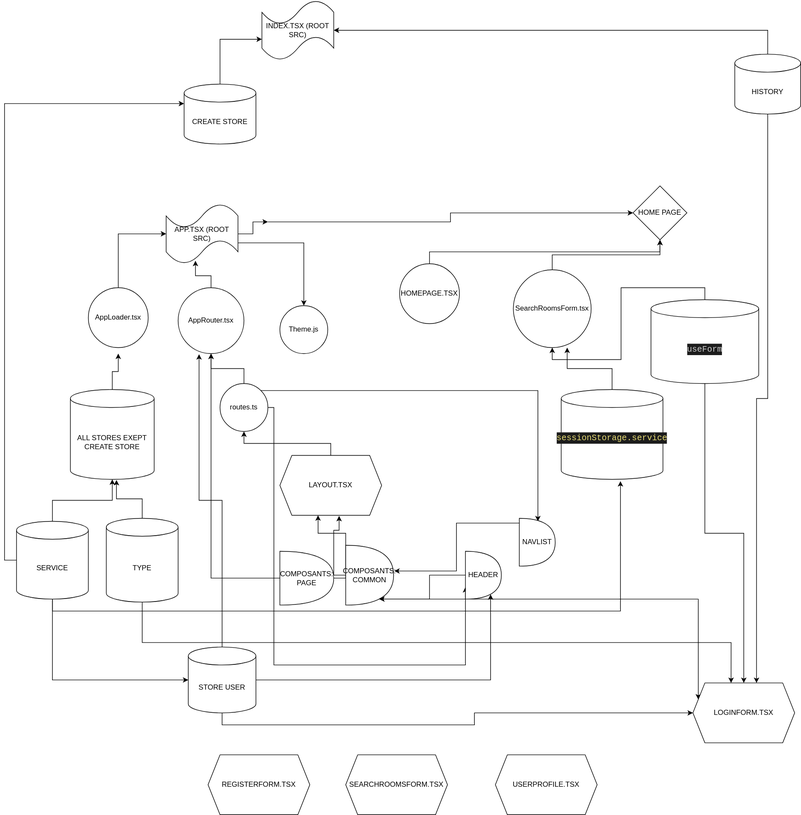
This is HOME PAGE FLOW.drawio.svg from sourisooo/BOOKING-PROJET-2, a draw.io export, as it was before one commit. Source tidied: cells renumbered, new cells last; positions are measured from the earlier drawing's top-left corner, leaving out a move shared by most shapes.
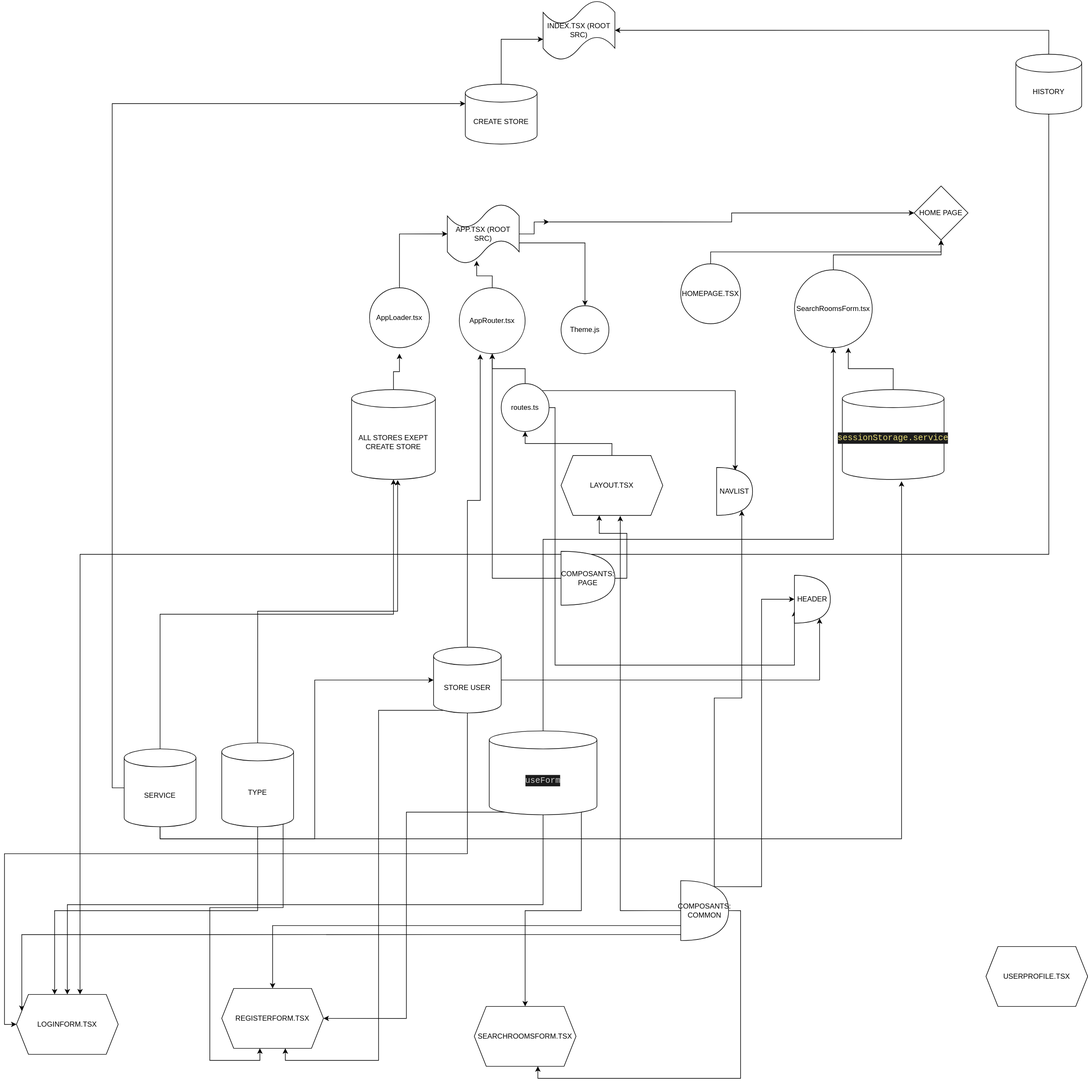
The same diagram one commit later.

Commit message:
Mettre à jour HOME PAGE FLOW.drawio.svg

What changed in the source:
```diff
@@ -23,8 +23,14 @@
     <mxCell id="8" style="edgeStyle=orthogonalEdgeStyle;rounded=0;jettySize=auto;html=1;exitX=0.5;exitY=1;exitDx=0;exitDy=0;exitPerimeter=0;entryX=0.5;entryY=0;entryDx=0;entryDy=0;" parent="1" edge="1" source="9" target="58">
       <mxGeometry relative="1" as="geometry" />
     </mxCell>
+    <mxCell id="62" style="edgeStyle=orthogonalEdgeStyle;rounded=0;jettySize=auto;html=1;exitX=0.145;exitY=1;exitDx=0;exitDy=-4.35;exitPerimeter=0;entryX=1;entryY=0.5;entryDx=0;entryDy=0;" parent="1" edge="1" source="9" target="59">
+      <mxGeometry relative="1" as="geometry" />
+    </mxCell>
+    <mxCell id="63" style="edgeStyle=orthogonalEdgeStyle;rounded=0;jettySize=auto;html=1;exitX=0.855;exitY=1;exitDx=0;exitDy=-4.35;exitPerimeter=0;" parent="1" edge="1" source="9" target="60">
+      <mxGeometry relative="1" as="geometry" />
+    </mxCell>
     <mxCell id="9" value="&lt;div style=&quot;color: rgb(204, 204, 204); background-color: rgb(28, 28, 28); font-family: Consolas, &amp;quot;Courier New&amp;quot;, monospace; font-size: 14px; line-height: 19px;&quot;&gt;useForm&lt;/div&gt;" style="shape=cylinder3;whiteSpace=wrap;html=1;boundedLbl=1;backgroundOutline=1;size=15;" parent="1" vertex="1">
-      <mxGeometry x="1060" y="500" width="180" height="140" as="geometry" />
+      <mxGeometry x="320" y="1220" width="180" height="140" as="geometry" />
     </mxCell>
     <mxCell id="10" style="edgeStyle=orthogonalEdgeStyle;rounded=0;jettySize=auto;html=1;exitX=0.5;exitY=0;exitDx=0;exitDy=0;exitPerimeter=0;entryX=0.692;entryY=1;entryDx=0;entryDy=0;entryPerimeter=0;" parent="1" edge="1" source="11" target="6">
       <mxGeometry relative="1" as="geometry" />
@@ -122,7 +128,7 @@
       <mxGeometry relative="1" as="geometry" />
     </mxCell>
     <mxCell id="38" value="SERVICE" style="shape=cylinder3;whiteSpace=wrap;html=1;boundedLbl=1;backgroundOutline=1;size=15;" parent="1" vertex="1">
-      <mxGeometry y="870" width="120" height="130" as="geometry" />
+      <mxGeometry x="-290" y="1250" width="120" height="130" as="geometry" />
     </mxCell>
     <mxCell id="39" style="edgeStyle=orthogonalEdgeStyle;rounded=0;jettySize=auto;html=1;exitX=0.5;exitY=0;exitDx=0;exitDy=0;exitPerimeter=0;entryX=0.55;entryY=1.007;entryDx=0;entryDy=0;entryPerimeter=0;" parent="1" edge="1" source="41" target="21">
       <mxGeometry relative="1" as="geometry" />
@@ -130,8 +136,11 @@
     <mxCell id="40" style="edgeStyle=orthogonalEdgeStyle;rounded=0;jettySize=auto;html=1;exitX=0.5;exitY=1;exitDx=0;exitDy=0;exitPerimeter=0;entryX=0.375;entryY=0;entryDx=0;entryDy=0;" parent="1" edge="1" source="41" target="58">
       <mxGeometry relative="1" as="geometry" />
     </mxCell>
+    <mxCell id="64" style="edgeStyle=orthogonalEdgeStyle;rounded=0;jettySize=auto;html=1;exitX=0.855;exitY=1;exitDx=0;exitDy=-4.35;exitPerimeter=0;entryX=0.375;entryY=1;entryDx=0;entryDy=0;" parent="1" edge="1" source="41" target="59">
+      <mxGeometry relative="1" as="geometry" />
+    </mxCell>
     <mxCell id="41" value="TYPE" style="shape=cylinder3;whiteSpace=wrap;html=1;boundedLbl=1;backgroundOutline=1;size=15;" parent="1" vertex="1">
-      <mxGeometry x="150" y="865" width="120" height="140" as="geometry" />
+      <mxGeometry x="-127" y="1240" width="120" height="140" as="geometry" />
     </mxCell>
     <mxCell id="42" style="edgeStyle=orthogonalEdgeStyle;rounded=0;jettySize=auto;html=1;exitX=0.5;exitY=0;exitDx=0;exitDy=0;entryX=0.5;entryY=1;entryDx=0;entryDy=0;" parent="1" edge="1" source="43" target="25">
       <mxGeometry relative="1" as="geometry" />
@@ -154,8 +163,20 @@
     <mxCell id="48" style="edgeStyle=orthogonalEdgeStyle;rounded=0;jettySize=auto;html=1;exitX=0.7;exitY=0.9;exitDx=0;exitDy=0;exitPerimeter=0;entryX=0;entryY=0.25;entryDx=0;entryDy=0;" parent="1" edge="1" source="49" target="58">
       <mxGeometry relative="1" as="geometry" />
     </mxCell>
+    <mxCell id="65" style="edgeStyle=orthogonalEdgeStyle;rounded=0;jettySize=auto;html=1;exitX=0;exitY=0.75;exitDx=0;exitDy=0;exitPerimeter=0;" parent="1" edge="1" source="49" target="59">
+      <mxGeometry relative="1" as="geometry" />
+    </mxCell>
+    <mxCell id="66" style="edgeStyle=orthogonalEdgeStyle;rounded=0;jettySize=auto;html=1;exitX=1;exitY=0.5;exitDx=0;exitDy=0;exitPerimeter=0;entryX=0.625;entryY=1;entryDx=0;entryDy=0;" parent="1" edge="1" source="49" target="60">
+      <mxGeometry relative="1" as="geometry" />
+    </mxCell>
+    <mxCell id="67" style="edgeStyle=orthogonalEdgeStyle;rounded=0;jettySize=auto;html=1;exitX=0.7;exitY=0.1;exitDx=0;exitDy=0;exitPerimeter=0;entryX=0;entryY=0.5;entryDx=0;entryDy=0;entryPerimeter=0;" parent="1" edge="1" source="49" target="55">
+      <mxGeometry relative="1" as="geometry" />
+    </mxCell>
+    <mxCell id="68" style="edgeStyle=orthogonalEdgeStyle;rounded=0;jettySize=auto;html=1;exitX=0.7;exitY=0.1;exitDx=0;exitDy=0;exitPerimeter=0;entryX=0.7;entryY=0.9;entryDx=0;entryDy=0;entryPerimeter=0;" parent="1" edge="1" source="49" target="57">
+      <mxGeometry relative="1" as="geometry" />
+    </mxCell>
     <mxCell id="49" value="COMPOSANTS:&lt;br&gt;COMMON" style="shape=or;whiteSpace=wrap;html=1;" parent="1" vertex="1">
-      <mxGeometry x="550" y="910" width="80" height="100" as="geometry" />
+      <mxGeometry x="640" y="1470" width="80" height="100" as="geometry" />
     </mxCell>
     <mxCell id="50" style="edgeStyle=orthogonalEdgeStyle;rounded=0;jettySize=auto;html=1;exitX=0.5;exitY=0;exitDx=0;exitDy=0;exitPerimeter=0;entryX=0.318;entryY=1.009;entryDx=0;entryDy=0;entryPerimeter=0;" parent="1" edge="1" source="53" target="19">
       <mxGeometry relative="1" as="geometry" />
@@ -166,32 +187,29 @@
     <mxCell id="52" style="edgeStyle=orthogonalEdgeStyle;rounded=0;jettySize=auto;html=1;exitX=0.5;exitY=1;exitDx=0;exitDy=0;exitPerimeter=0;entryX=0;entryY=0.5;entryDx=0;entryDy=0;" parent="1" edge="1" source="53" target="58">
       <mxGeometry relative="1" as="geometry" />
     </mxCell>
+    <mxCell id="69" style="edgeStyle=orthogonalEdgeStyle;rounded=0;jettySize=auto;html=1;exitX=0.145;exitY=1;exitDx=0;exitDy=-4.35;exitPerimeter=0;entryX=0.625;entryY=1;entryDx=0;entryDy=0;" parent="1" edge="1" source="53" target="59">
+      <mxGeometry relative="1" as="geometry" />
+    </mxCell>
     <mxCell id="53" value="STORE USER" style="shape=cylinder3;whiteSpace=wrap;html=1;boundedLbl=1;backgroundOutline=1;size=15;" parent="1" vertex="1">
-      <mxGeometry x="287" y="1080" width="113" height="110" as="geometry" />
+      <mxGeometry x="227" y="1080" width="113" height="110" as="geometry" />
     </mxCell>
-    <mxCell id="54" style="edgeStyle=orthogonalEdgeStyle;rounded=0;jettySize=auto;html=1;exitX=0;exitY=0.5;exitDx=0;exitDy=0;exitPerimeter=0;entryX=0.7;entryY=0.9;entryDx=0;entryDy=0;entryPerimeter=0;" parent="1" edge="1" source="55" target="49">
-      <mxGeometry relative="1" as="geometry" />
-    </mxCell>
     <mxCell id="55" value="HEADER" style="shape=or;whiteSpace=wrap;html=1;" parent="1" vertex="1">
-      <mxGeometry x="750" y="920" width="60" height="80" as="geometry" />
+      <mxGeometry x="830" y="960" width="60" height="80" as="geometry" />
     </mxCell>
-    <mxCell id="56" style="edgeStyle=orthogonalEdgeStyle;rounded=0;jettySize=auto;html=1;exitX=0.7;exitY=0.1;exitDx=0;exitDy=0;exitPerimeter=0;entryX=1.013;entryY=0.43;entryDx=0;entryDy=0;entryPerimeter=0;" parent="1" edge="1" source="57" target="49">
-      <mxGeometry relative="1" as="geometry" />
-    </mxCell>
     <mxCell id="57" value="NAVLIST" style="shape=or;whiteSpace=wrap;html=1;" parent="1" vertex="1">
-      <mxGeometry x="840" y="865" width="60" height="80" as="geometry" />
+      <mxGeometry x="700" y="780" width="60" height="80" as="geometry" />
     </mxCell>
     <mxCell id="58" value="LOGINFORM.TSX" style="shape=hexagon;perimeter=hexagonPerimeter2;whiteSpace=wrap;html=1;fixedSize=1;" parent="1" vertex="1">
-      <mxGeometry x="1130" y="1140" width="170" height="100" as="geometry" />
+      <mxGeometry x="-470" y="1660" width="170" height="100" as="geometry" />
     </mxCell>
     <mxCell id="59" value="REGISTERFORM.TSX" style="shape=hexagon;perimeter=hexagonPerimeter2;whiteSpace=wrap;html=1;fixedSize=1;" parent="1" vertex="1">
-      <mxGeometry x="320" y="1260" width="170" height="100" as="geometry" />
+      <mxGeometry x="-127" y="1650" width="170" height="100" as="geometry" />
     </mxCell>
     <mxCell id="60" value="SEARCHROOMSFORM.TSX" style="shape=hexagon;perimeter=hexagonPerimeter2;whiteSpace=wrap;html=1;fixedSize=1;" parent="1" vertex="1">
-      <mxGeometry x="550" y="1260" width="170" height="100" as="geometry" />
+      <mxGeometry x="295" y="1680" width="170" height="100" as="geometry" />
     </mxCell>
     <mxCell id="61" value="USERPROFILE.TSX" style="shape=hexagon;perimeter=hexagonPerimeter2;whiteSpace=wrap;html=1;fixedSize=1;" parent="1" vertex="1">
-      <mxGeometry x="800" y="1260" width="170" height="100" as="geometry" />
+      <mxGeometry x="1150" y="1580" width="170" height="100" as="geometry" />
     </mxCell>
   </root>
 </mxGraphModel>
```
